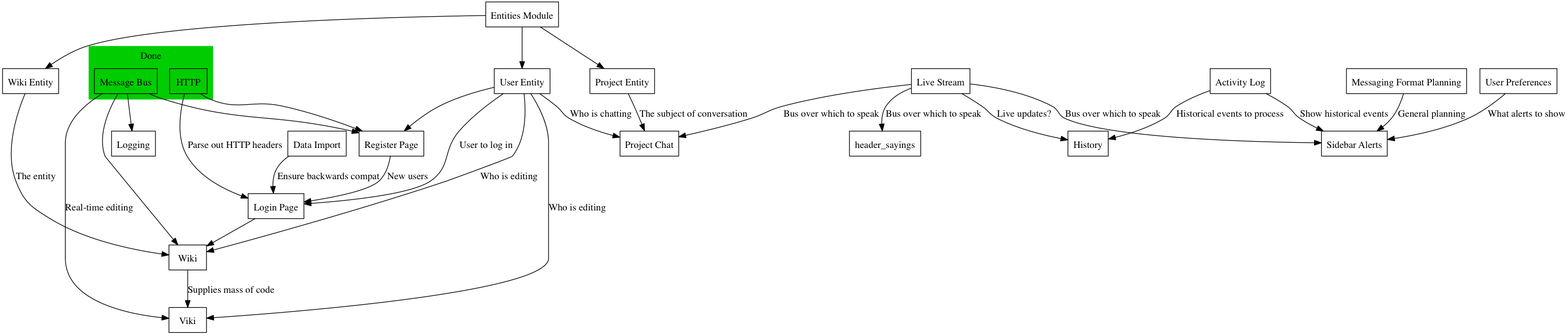
This is needed.png from negativeview/Velour-1.5, a Graphviz export, as it was before one commit. Its source is kept beside it as needed.dot.
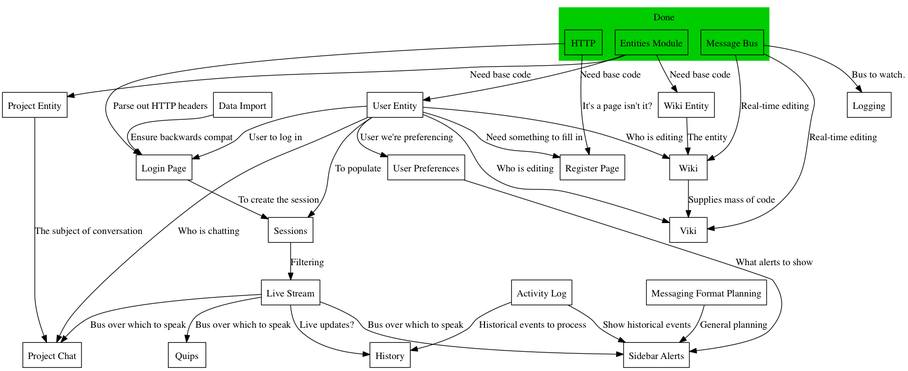
After the change.

Commit message:
Update graph of relationships.

What changed in the source:
```diff
@@ -7,6 +7,7 @@
         style=filled;
 		color=green3;
 
+        entities [ label="Entities Module" ];
         http_framework [ label="HTTP" ];
         message_bus [ label="Message Bus" ];
     }
@@ -14,7 +15,7 @@
     alert_format_planning [ label="Messaging Format Planning" ];
     activity_log [ label="Activity Log" ];
     data_import [ label="Data Import" ];
-    entities [ label="Entities Module" ];
+    header_sayings [ label="Quips" ];
     history_tool [ label="History" ];
     live_stream [ label="Live Stream" ];
     login_page [ label="Login Page" ];
@@ -22,6 +23,7 @@
     project_chat [ label="Project Chat" ];
     project_entity [ label="Project Entity" ];
     register_page [ label="Register Page" ];
+    sessions [ label="Sessions" ];
     sidebar_alerts [ label="Sidebar Alerts" ];
     user_entity [ label="User Entity" ];
     user_preferences [ label="User Preferences" ];
@@ -29,6 +31,10 @@
     wiki_entity [ label="Wiki Entity" ];
     viki [ label="Viki" ];
 
+    login_page->sessions [ label = "To create the session" ];
+    user_entity->sessions [ label = "To populate" ];
+
+    sessions->live_stream [ label = "Filtering" ];
 
     user_preferences->sidebar_alerts [ label = "What alerts to show" ];
     activity_log->sidebar_alerts [ label = "Show historical events" ];
@@ -38,7 +44,6 @@
     user_entity->login_page [ label = "User to log in" ];
     http_framework->login_page [ label = "Parse out HTTP headers" ];
     data_import->login_page [ label = "Ensure backwards compat" ];
-    register_page->login_page [ label = "New users" ];
 
     activity_log->history_tool [ label = "Historical events to process" ];
     live_stream->history_tool [ label = "Live updates?" ];
@@ -55,16 +60,16 @@
 
     user_entity->wiki [ label = "Who is editing" ];
     wiki_entity->wiki [ label = "The entity" ];
-    login_page->wiki;
-    message_bus->wiki;
+    message_bus->wiki [ label = "Real-time editing" ];
 
-    user_entity->register_page;
-    http_framework->register_page;
-    message_bus->register_page;
+    user_entity->register_page [ label = "Need something to fill in" ];
+    http_framework->register_page [ label = "It's a page isn't it?" ];
 
-    message_bus->logging;
+    message_bus->logging [ label = "Bus to watch." ];
 
-    entities->user_entity;
-    entities->project_entity;
-    entities->wiki_entity;
+    entities->user_entity [ label = "Need base code" ];
+    entities->project_entity [ label = "Need base code" ];
+    entities->wiki_entity [ label = "Need base code" ];
+
+    user_entity->user_preferences [ label = "User we're preferencing" ];
 }
```
